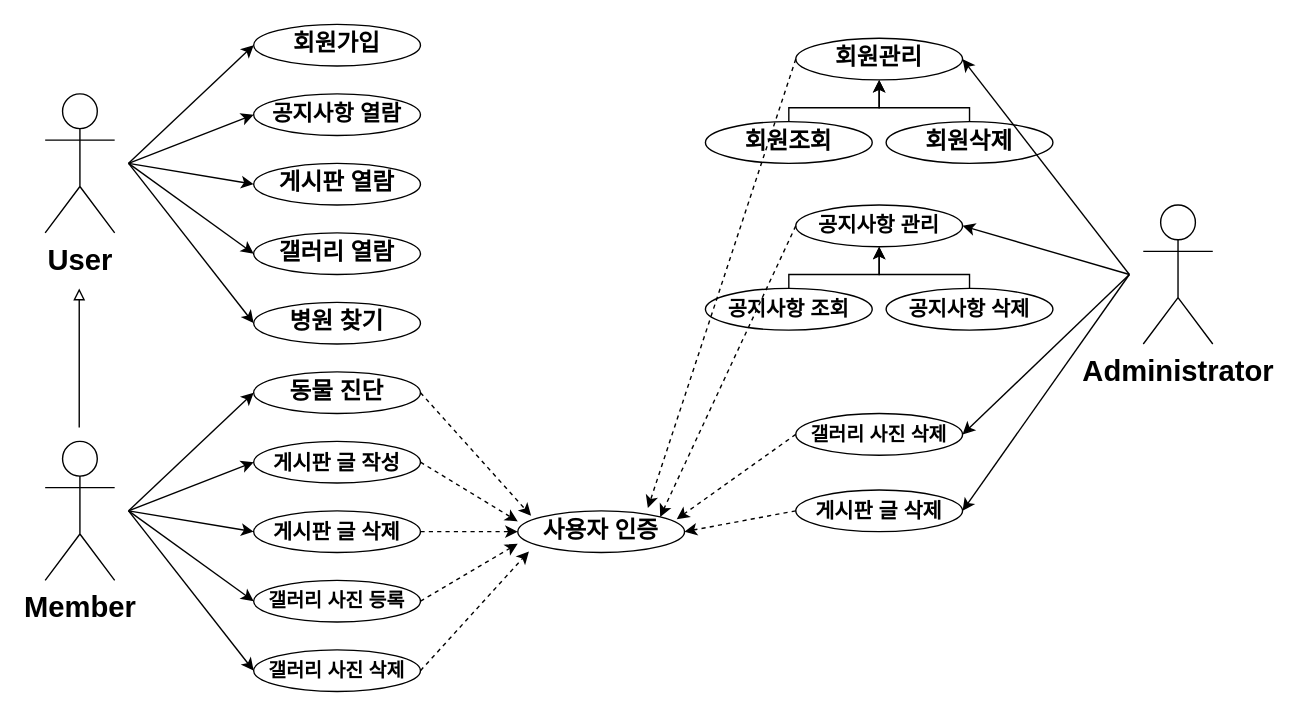
This is usecase.drawio from ch990916/PetDisease, a draw.io file, before an edit. Source tidied: cells renumbered, new cells numbered last; positions are measured from the earlier drawing's top-left corner, leaving out a move shared by most shapes. Both pictures are drawn from the tidied source at 139%, with x=0, y=0 at pixel (44, 24).
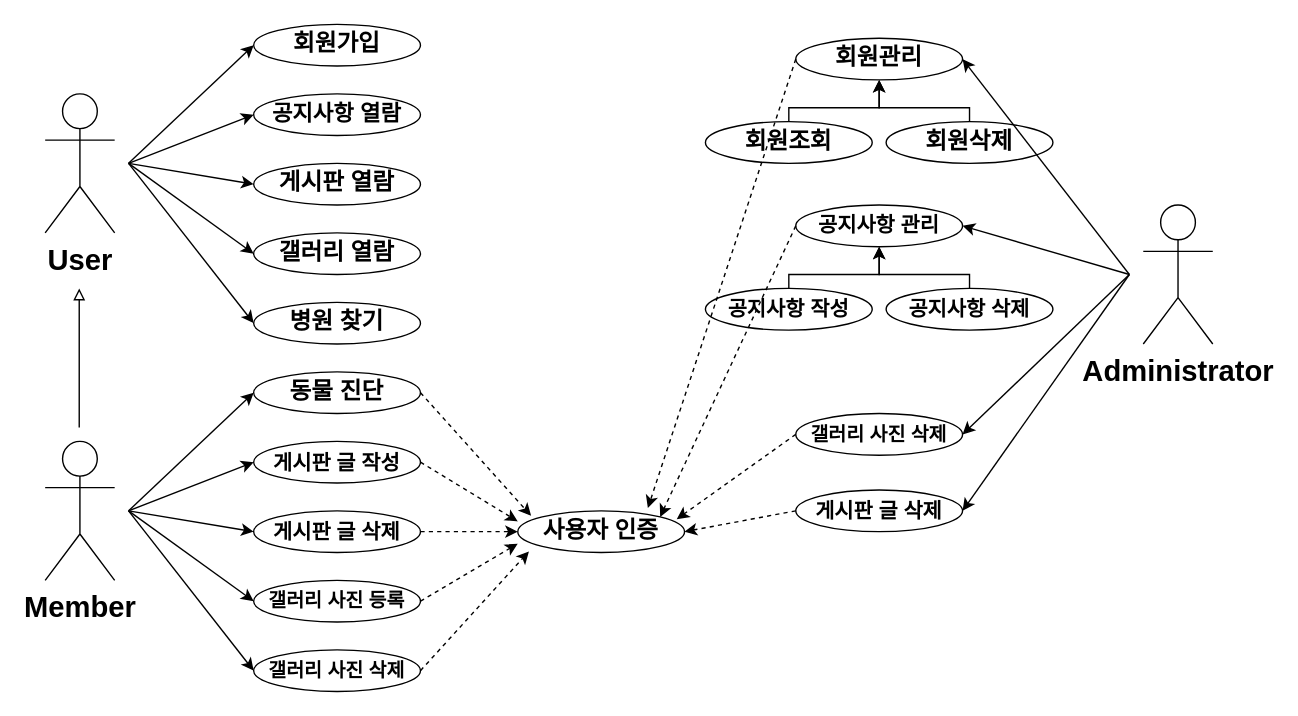
Above is the later version.

Commit message:
12 / 05 유스케이스 다이어그램 "공지사항 작성" 부분 수정

The edit, as a diff of the source:
```diff
@@
-    <mxCell id="39" value="&lt;font style=&quot;font-size: 17px;&quot;&gt;&lt;b style=&quot;font-size: 15px;&quot;&gt;공지사항 조회&lt;/b&gt;&lt;/font&gt;" style="ellipse;whiteSpace=wrap;html=1;" parent="1" vertex="1">
+    <mxCell id="39" value="&lt;font style=&quot;font-size: 17px;&quot;&gt;&lt;b style=&quot;font-size: 15px;&quot;&gt;공지사항 작성&lt;/b&gt;&lt;/font&gt;" style="ellipse;whiteSpace=wrap;html=1;" parent="1" vertex="1">
       <mxGeometry x="475" y="190" width="120" height="30" as="geometry" />
     </mxCell>
```
